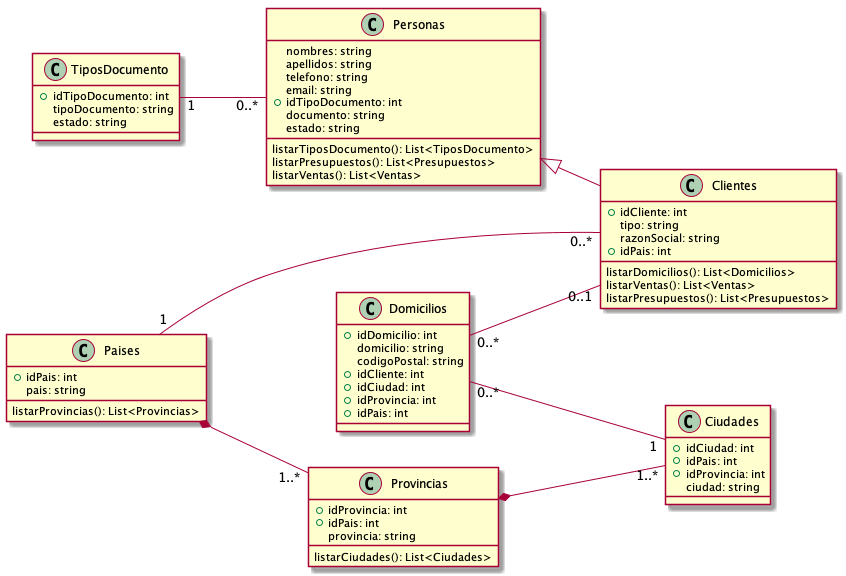
Above: Informe Final/Imagenes/DiagramaClases/Vistas/vistaClientes.png in ZMGestion/DocumentacionZMGestion (PlantUML), before the change.
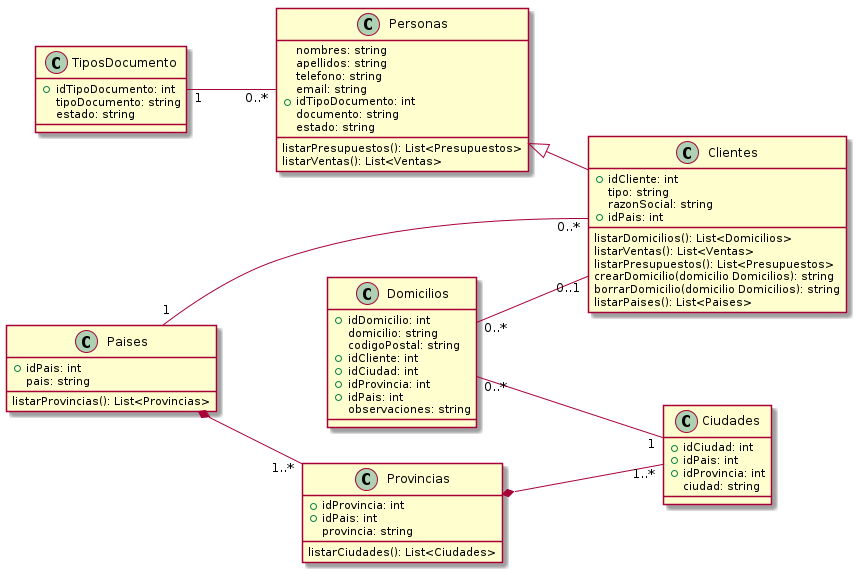
The same diagram one commit later.

The edit, as a diff of the source:
```diff
@@ -8,7 +8,7 @@
    documento: string
    estado: string
 
-   listarTiposDocumento(): List<TiposDocumento>
+
    listarPresupuestos(): List<Presupuestos>
    listarVentas(): List<Ventas>
 }
@@ -21,6 +21,10 @@
     listarDomicilios(): List<Domicilios>
     listarVentas(): List<Ventas>
     listarPresupuestos(): List<Presupuestos>
+    crearDomicilio(domicilio Domicilios): string
+    borrarDomicilio(domicilio Domicilios): string
+    listarPaises(): List<Paises>
+
 }
 class TiposDocumento{
    +idTipoDocumento: int
@@ -54,6 +58,9 @@
     +idCiudad: int
     +idProvincia: int
     +idPais: int
+    observaciones: string
+
+
 }
 
 left to right direction
```
